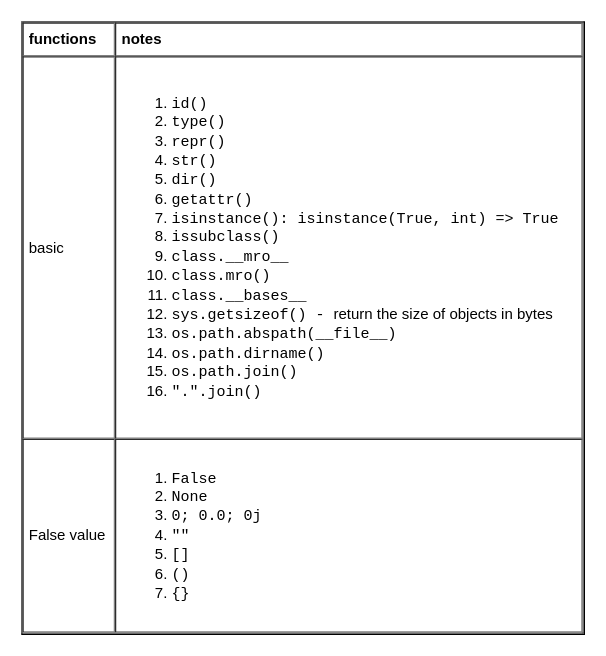
Above: page "basic" (3 of 4) of languages/python/python.drawio in yangdj/tf_docs (draw.io), before the change. Source tidied: cells renumbered, new cells numbered last; positions are measured from the earlier drawing's top-left corner, leaving out a move shared by most shapes. Both pictures are drawn from the tidied source at 125%, with x=0, y=0 at pixel (21, 21).
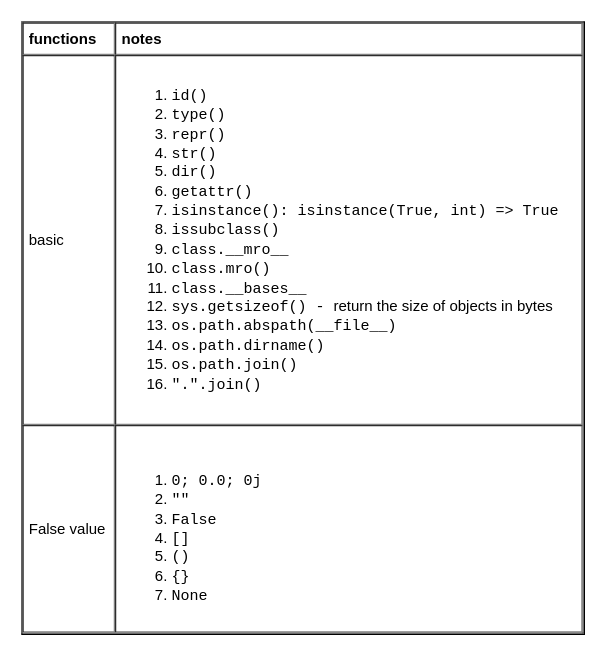
After the change.

The edit, as a diff of the source:
```diff
@@
 <mxGraphModel>
   <root>
     <mxCell id="0" />
     <mxCell id="1" parent="0" />
-    <mxCell id="2" value="&lt;table cellpadding=&quot;4&quot; cellspacing=&quot;0&quot; border=&quot;1&quot; style=&quot;font-size: 1em ; width: 100% ; height: 100%&quot;&gt;&lt;tbody&gt;&lt;tr&gt;&lt;th&gt;functions&lt;/th&gt;&lt;th&gt;notes&lt;/th&gt;&lt;/tr&gt;&lt;tr&gt;&lt;td&gt;basic&lt;/td&gt;&lt;td&gt;&lt;ol&gt;&lt;li&gt;&lt;font face=&quot;Courier New&quot;&gt;id()&lt;/font&gt;&lt;/li&gt;&lt;li&gt;&lt;font face=&quot;Courier New&quot;&gt;type()&lt;/font&gt;&lt;/li&gt;&lt;li&gt;&lt;font face=&quot;Courier New&quot;&gt;repr()&lt;/font&gt;&lt;/li&gt;&lt;li&gt;&lt;font face=&quot;Courier New&quot;&gt;str()&lt;/font&gt;&lt;/li&gt;&lt;li&gt;&lt;font face=&quot;Courier New&quot;&gt;dir()&lt;/font&gt;&lt;/li&gt;&lt;li&gt;&lt;font face=&quot;Courier New&quot;&gt;getattr()&lt;/font&gt;&lt;/li&gt;&lt;li&gt;&lt;font face=&quot;Courier New&quot;&gt;isinstance(): isinstance(True, int) =&amp;gt; True&lt;/font&gt;&lt;/li&gt;&lt;li&gt;&lt;font face=&quot;Courier New&quot;&gt;issubclass()&lt;/font&gt;&lt;/li&gt;&lt;li&gt;&lt;font face=&quot;Courier New&quot;&gt;class.__mro__ &lt;/font&gt;&lt;/li&gt;&lt;li&gt;&lt;font face=&quot;Courier New&quot;&gt;class.mro()&lt;/font&gt;&lt;/li&gt;&lt;li&gt;&lt;font face=&quot;Courier New&quot;&gt;class.__bases__ &lt;/font&gt;&lt;/li&gt;&lt;li&gt;&lt;font face=&quot;Courier New&quot;&gt;sys.getsizeof() - &lt;/font&gt;return the size of objects in bytes &lt;/li&gt;&lt;li&gt;&lt;font face=&quot;Courier New&quot;&gt;os.path.abspath(__file__) &lt;/font&gt;&lt;/li&gt;&lt;li&gt;&lt;font face=&quot;Courier New&quot;&gt;os.path.dirname()&lt;/font&gt;&lt;/li&gt;&lt;li&gt;&lt;font face=&quot;Courier New&quot;&gt;os.path.join()&lt;/font&gt;&lt;/li&gt;&lt;li&gt;&lt;font face=&quot;Courier New&quot;&gt;&quot;.&quot;.join()&lt;/font&gt;&lt;/li&gt;&lt;/ol&gt;&lt;/td&gt;&lt;/tr&gt;&lt;tr&gt;&lt;td&gt;False value&lt;/td&gt;&lt;td&gt;&lt;ol&gt;&lt;li&gt;&lt;font face=&quot;Courier New&quot;&gt;False&lt;/font&gt;&lt;/li&gt;&lt;li&gt;&lt;font face=&quot;Courier New&quot;&gt;None&lt;/font&gt;&lt;/li&gt;&lt;li&gt;&lt;font face=&quot;Courier New&quot;&gt;0; 0.0; 0j&lt;/font&gt;&lt;/li&gt;&lt;li&gt;&lt;font face=&quot;Courier New&quot;&gt;&quot;&quot;&lt;/font&gt;&lt;/li&gt;&lt;li&gt;&lt;font face=&quot;Courier New&quot;&gt;[]&lt;/font&gt;&lt;/li&gt;&lt;li&gt;&lt;font face=&quot;Courier New&quot;&gt;()&lt;/font&gt;&lt;/li&gt;&lt;li&gt;&lt;font face=&quot;Courier New&quot;&gt;{}&lt;/font&gt;&lt;/li&gt;&lt;/ol&gt;&lt;/td&gt;&lt;/tr&gt;&lt;/tbody&gt;&lt;/table&gt; " style="verticalAlign=top;align=left;overflow=fill;fontSize=12;fontFamily=Helvetica;html=1;" parent="1" vertex="1">
+    <mxCell id="2" value="&lt;table cellpadding=&quot;4&quot; cellspacing=&quot;0&quot; border=&quot;1&quot; style=&quot;font-size: 1em ; width: 100% ; height: 100%&quot;&gt;&lt;tbody&gt;&lt;tr&gt;&lt;th&gt;functions&lt;/th&gt;&lt;th&gt;notes&lt;/th&gt;&lt;/tr&gt;&lt;tr&gt;&lt;td&gt;basic&lt;/td&gt;&lt;td&gt;&lt;ol&gt;&lt;li&gt;&lt;font face=&quot;Courier New&quot;&gt;id()&lt;/font&gt;&lt;/li&gt;&lt;li&gt;&lt;font face=&quot;Courier New&quot;&gt;type()&lt;/font&gt;&lt;/li&gt;&lt;li&gt;&lt;font face=&quot;Courier New&quot;&gt;repr()&lt;/font&gt;&lt;/li&gt;&lt;li&gt;&lt;font face=&quot;Courier New&quot;&gt;str()&lt;/font&gt;&lt;/li&gt;&lt;li&gt;&lt;font face=&quot;Courier New&quot;&gt;dir()&lt;/font&gt;&lt;/li&gt;&lt;li&gt;&lt;font face=&quot;Courier New&quot;&gt;getattr()&lt;/font&gt;&lt;/li&gt;&lt;li&gt;&lt;font face=&quot;Courier New&quot;&gt;isinstance(): isinstance(True, int) =&amp;gt; True&lt;/font&gt;&lt;/li&gt;&lt;li&gt;&lt;font face=&quot;Courier New&quot;&gt;issubclass()&lt;/font&gt;&lt;/li&gt;&lt;li&gt;&lt;font face=&quot;Courier New&quot;&gt;class.__mro__ &lt;/font&gt;&lt;/li&gt;&lt;li&gt;&lt;font face=&quot;Courier New&quot;&gt;class.mro()&lt;/font&gt;&lt;/li&gt;&lt;li&gt;&lt;font face=&quot;Courier New&quot;&gt;class.__bases__ &lt;/font&gt;&lt;/li&gt;&lt;li&gt;&lt;font face=&quot;Courier New&quot;&gt;sys.getsizeof() - &lt;/font&gt;return the size of objects in bytes &lt;/li&gt;&lt;li&gt;&lt;font face=&quot;Courier New&quot;&gt;os.path.abspath(__file__) &lt;/font&gt;&lt;/li&gt;&lt;li&gt;&lt;font face=&quot;Courier New&quot;&gt;os.path.dirname()&lt;/font&gt;&lt;/li&gt;&lt;li&gt;&lt;font face=&quot;Courier New&quot;&gt;os.path.join()&lt;/font&gt;&lt;/li&gt;&lt;li&gt;&lt;font face=&quot;Courier New&quot;&gt;&quot;.&quot;.join()&lt;/font&gt;&lt;/li&gt;&lt;/ol&gt;&lt;/td&gt;&lt;/tr&gt;&lt;tr&gt;&lt;td&gt;False value&lt;/td&gt;&lt;td&gt;&lt;div&gt;&lt;font face=&quot;Courier New&quot;&gt;&lt;br&gt;&lt;/font&gt;&lt;/div&gt;&lt;ol&gt;&lt;li&gt;&lt;font face=&quot;Courier New&quot;&gt;0; 0.0; 0j&lt;/font&gt;&lt;/li&gt;&lt;li&gt;&lt;font face=&quot;Courier New&quot;&gt;&quot;&quot;&lt;/font&gt;&lt;/li&gt;&lt;li&gt;&lt;font face=&quot;Courier New&quot;&gt;False&lt;/font&gt;&lt;/li&gt;&lt;li&gt;&lt;font face=&quot;Courier New&quot;&gt;[]&lt;/font&gt;&lt;/li&gt;&lt;li&gt;&lt;font face=&quot;Courier New&quot;&gt;()&lt;/font&gt;&lt;/li&gt;&lt;li&gt;&lt;font face=&quot;Courier New&quot;&gt;{}&lt;/font&gt;&lt;/li&gt;&lt;li&gt;&lt;font face=&quot;Courier New&quot;&gt;None&lt;/font&gt;&lt;/li&gt;&lt;/ol&gt;&lt;/td&gt;&lt;/tr&gt;&lt;/tbody&gt;&lt;/table&gt; " style="verticalAlign=top;align=left;overflow=fill;fontSize=12;fontFamily=Helvetica;html=1;" parent="1" vertex="1">
       <mxGeometry width="450" height="490" as="geometry" />
     </mxCell>
   </root>
 </mxGraphModel>
```
